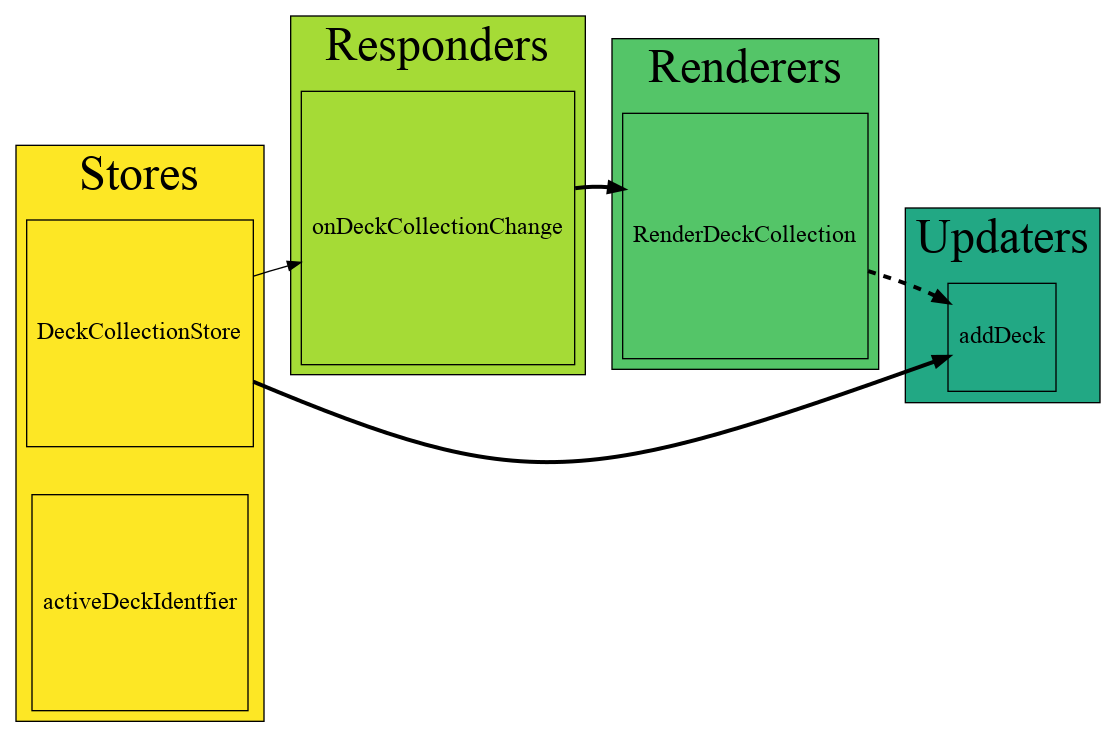
jimkang/cardfields keeps this Graphviz diagram as meta/machines.png. Above is the earlier version. Its source is kept beside it as meta/machines.dot. Source of this version:
```dot
digraph {
  rankdir="LR";
  graph [fontsize=36];
  node [fontsize=18];
  nodesep=0.5;
  mindist=10.0;
  mclimit=10.0;
  splines="curved";

  subgraph cluster_stores {
    label="Stores";
    bgcolor="#fde725";
    DeckCollectionStore [shape=square];
    activeDeckIdentfier [shape=square];

  }

  subgraph cluster_responders {
    label="Responders";
    bgcolor="#a5db36";

    onDeckCollectionChange [shape=square];

    DeckCollectionStore -> onDeckCollectionChange;
  }

  subgraph cluster_renderers {
    label="Renderers";
    bgcolor="#54c568";

    RenderDeckCollection [shape=square];

    onDeckCollectionChange -> RenderDeckCollection [penwidth=3];
  }

  subgraph cluster_updaters {
    label="Updaters";
    bgcolor="#22a884";

    addDeck [shape=square];
    RenderDeckCollection -> addDeck [penwidth=3, style=dashed];
    addDeck -> DeckCollectionStore [penwidth=3];
  }
}
```
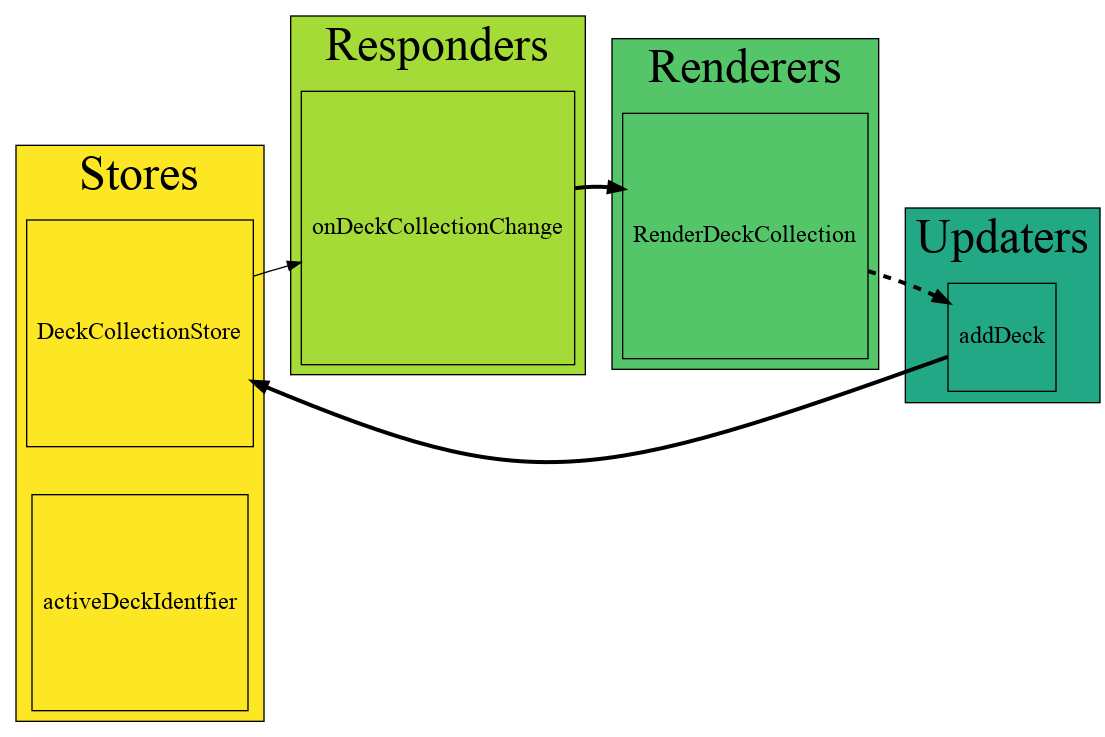
The same file after the commit.

Commit message:
Fix arrow direction.

Diff of the diagram source:
```diff
@@ -12,7 +12,6 @@
     bgcolor="#fde725";
     DeckCollectionStore [shape=square];
     activeDeckIdentfier [shape=square];
-
   }
 
   subgraph cluster_responders {
@@ -38,7 +37,7 @@
     bgcolor="#22a884";
 
     addDeck [shape=square];
+    addDeck -> DeckCollectionStore [dir=back, penwidth=3];
     RenderDeckCollection -> addDeck [penwidth=3, style=dashed];
-    addDeck -> DeckCollectionStore [penwidth=3];
   }
 }
```
